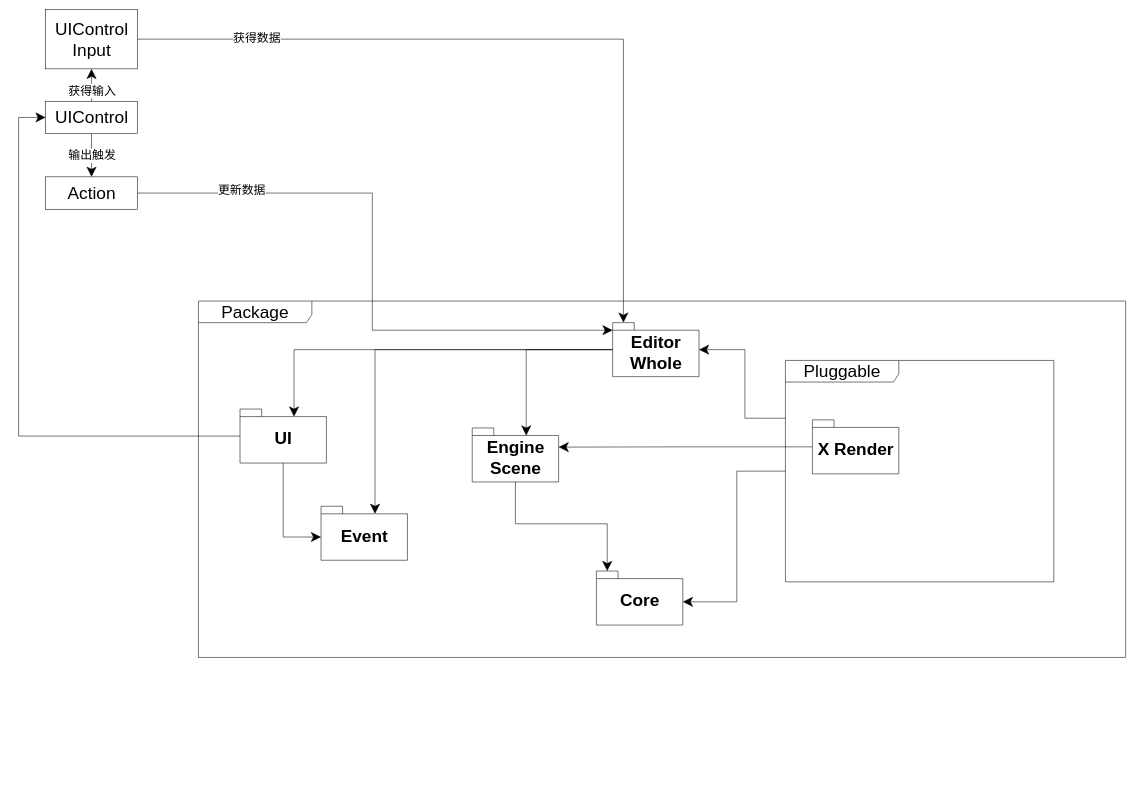
Earlier version of the draw.io diagram doc/新架构设计.drawio (Meta3D-Technology/Meta3D). Source tidied: cells renumbered, new cells numbered last; positions are measured from the earlier drawing's top-left corner, leaving out a move shared by most shapes. Both pictures are drawn from the tidied source at 54%, with x=0, y=0 at pixel (18, 9).
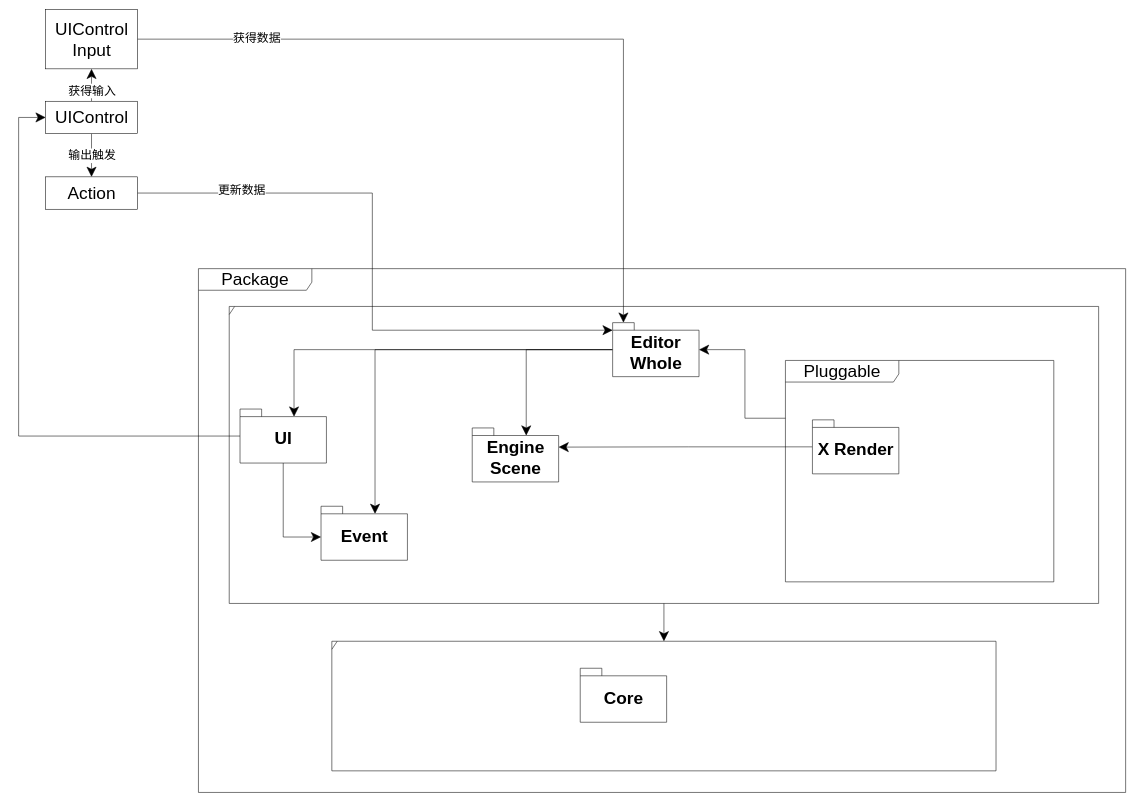
The same page after the edit.

Unchanged cells that the change refers to:
```xml
<mxCell id="9" value="Engine&lt;br&gt;Scene" style="shape=folder;fontStyle=1;spacingTop=10;tabWidth=40;tabHeight=14;tabPosition=left;html=1;fontSize=32;" parent="1" vertex="1">
  <mxGeometry x="840" y="775" width="160" height="100" as="geometry" />
</mxCell>
<mxCell id="12" value="&lt;font style=&quot;font-size: 32px&quot;&gt;Pluggable&lt;/font&gt;" style="shape=umlFrame;whiteSpace=wrap;html=1;width=210;height=40;fontSize=32;" parent="1" vertex="1">
  <mxGeometry x="1420" y="650" width="497" height="410" as="geometry" />
</mxCell>
```

What changed in the source:
```diff
@@
     <mxCell id="2" value="&lt;font style=&quot;font-size: 32px&quot;&gt;Package&lt;/font&gt;" style="shape=umlFrame;whiteSpace=wrap;html=1;width=210;height=40;fontSize=32;" parent="1" vertex="1">
-      <mxGeometry x="333" y="540" width="1717" height="660" as="geometry" />
+      <mxGeometry x="333" y="480" width="1717" height="970" as="geometry" />
     </mxCell>
+    <mxCell id="30" style="edgeStyle=orthogonalEdgeStyle;rounded=0;jettySize=auto;html=1;startSize=16;endSize=16;" parent="1" edge="1" source="31" target="32">
+      <mxGeometry relative="1" as="geometry" />
+    </mxCell>
+    <mxCell id="31" style="shape=umlFrame;whiteSpace=wrap;html=1;width=10;height=15;fontSize=32;" parent="1" vertex="1">
+      <mxGeometry x="390" y="550" width="1610" height="550" as="geometry" />
+    </mxCell>
+    <mxCell id="32" style="shape=umlFrame;whiteSpace=wrap;html=1;width=10;height=15;fontSize=32;" parent="1" vertex="1">
+      <mxGeometry x="580" y="1170" width="1230" height="240" as="geometry" />
+    </mxCell>
@@
     <mxCell id="7" value="Core" style="shape=folder;fontStyle=1;spacingTop=10;tabWidth=40;tabHeight=14;tabPosition=left;html=1;fontSize=32;" parent="1" vertex="1">
-      <mxGeometry x="1070" y="1040" width="160" height="100" as="geometry" />
+      <mxGeometry x="1040" y="1220" width="160" height="100" as="geometry" />
     </mxCell>
-    <mxCell id="8" style="edgeStyle=orthogonalEdgeStyle;rounded=0;jettySize=auto;html=1;entryX=0;entryY=0;entryDx=20;entryDy=0;entryPerimeter=0;endSize=16;startSize=16;exitX=0.5;exitY=1;exitDx=0;exitDy=0;exitPerimeter=0;" parent="1" edge="1" source="9" target="7">
-      <mxGeometry relative="1" as="geometry" />
-    </mxCell>
@@
-    <mxCell id="10" style="edgeStyle=orthogonalEdgeStyle;rounded=0;jettySize=auto;html=1;entryX=0;entryY=0;entryDx=160;entryDy=57;entryPerimeter=0;endSize=16;startSize=16;" parent="1" edge="1" source="12" target="7">
-      <mxGeometry relative="1" as="geometry" />
-    </mxCell>
```
